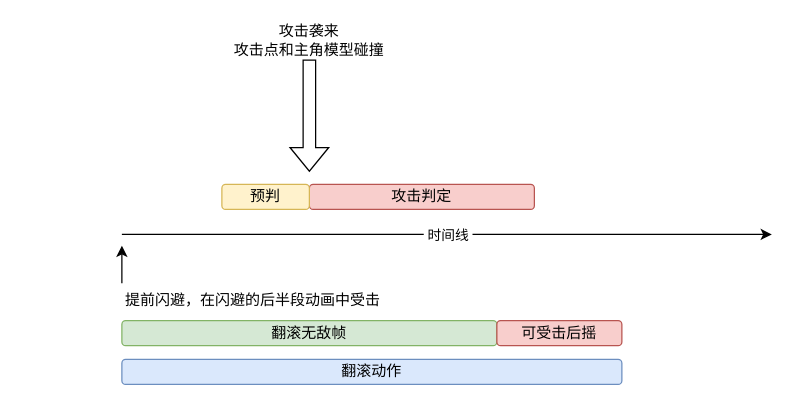
Before: 攻击时间线4过早闪避.drawio in pearhield/test, a draw.io diagram. Source tidied: cells renumbered, new cells numbered last; positions are measured from the earlier drawing's top-left corner, leaving out a move shared by most shapes. Both pictures are drawn from the tidied source at 125%, with x=0, y=0 at pixel (71, 21).
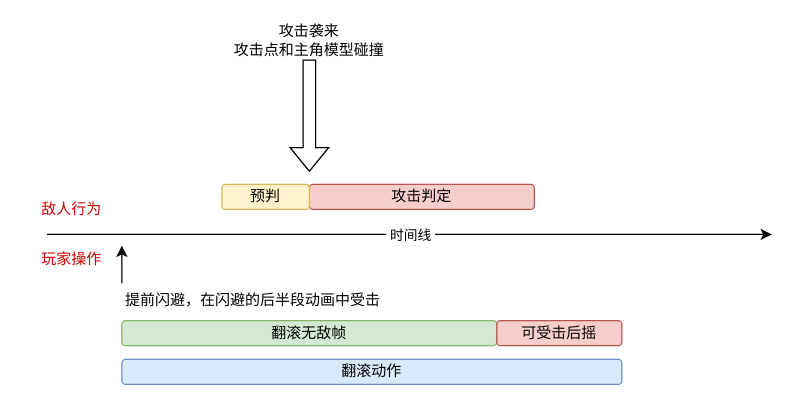
After the change.

Commit message:
更新攻击时间线4过早闪避.drawio

The edit, as a diff of the source:
```diff
@@
 <mxGraphModel>
   <root>
     <mxCell id="0" />
     <mxCell id="1" parent="0" />
     <mxCell id="2" style="endArrow=classic;html=1;rounded=0;" parent="1" edge="1">
       <mxGeometry relative="1" as="geometry">
-        <mxPoint x="40" y="170" as="sourcePoint" />
+        <mxPoint x="-20" y="170" as="sourcePoint" />
         <mxPoint x="560" y="170" as="targetPoint" />
       </mxGeometry>
     </mxCell>
     <mxCell id="3" value="&amp;nbsp;时间线&amp;nbsp;" style="edgeLabel;html=1;align=center;verticalAlign=middle;" parent="2" vertex="1">
       <mxGeometry relative="1" as="geometry" />
     </mxCell>
     <mxCell id="4" value="攻击判定" style="rounded=1;whiteSpace=wrap;html=1;fillColor=#f8cecc;strokeColor=#b85450;" parent="1" vertex="1">
       <mxGeometry x="190" y="130" width="180" height="20" as="geometry" />
     </mxCell>
     <mxCell id="5" value="预判" style="rounded=1;whiteSpace=wrap;html=1;fillColor=#fff2cc;strokeColor=#d6b656;" parent="1" vertex="1">
       <mxGeometry x="120" y="130" width="70" height="20" as="geometry" />
     </mxCell>
     <mxCell id="6" style="shape=flexArrow;endArrow=classic;html=1;rounded=0;" parent="1" edge="1">
       <mxGeometry relative="1" as="geometry">
         <mxPoint x="190" y="30" as="sourcePoint" />
         <mxPoint x="190" y="120" as="targetPoint" />
       </mxGeometry>
     </mxCell>
     <mxCell id="7" value="攻击袭来&lt;br&gt;攻击点和主角模型碰撞" style="text;html=1;strokeColor=none;fillColor=none;align=center;verticalAlign=middle;whiteSpace=wrap;rounded=0;" parent="1" vertex="1">
       <mxGeometry x="120" width="140" height="30" as="geometry" />
     </mxCell>
     <mxCell id="8" style="endArrow=classic;html=1;rounded=0;" parent="1" edge="1">
       <mxGeometry relative="1" as="geometry">
         <mxPoint x="40" y="209" as="sourcePoint" />
         <mxPoint x="40" y="179" as="targetPoint" />
       </mxGeometry>
     </mxCell>
     <mxCell id="9" value="提前闪避，在闪避的后半段动画中受击" style="text;html=1;strokeColor=none;fillColor=none;align=center;verticalAlign=middle;whiteSpace=wrap;rounded=0;" parent="1" vertex="1">
       <mxGeometry y="208" width="290" height="30" as="geometry" />
     </mxCell>
     <mxCell id="10" value="翻滚无敌帧" style="rounded=1;whiteSpace=wrap;html=1;fillColor=#d5e8d4;strokeColor=#82b366;" parent="1" vertex="1">
       <mxGeometry x="40" y="239" width="300" height="20" as="geometry" />
     </mxCell>
     <mxCell id="11" value="翻滚动作" style="rounded=1;whiteSpace=wrap;html=1;fillColor=#dae8fc;strokeColor=#6c8ebf;" parent="1" vertex="1">
       <mxGeometry x="40" y="270" width="400" height="20" as="geometry" />
     </mxCell>
     <mxCell id="12" value="可受击后摇" style="rounded=1;whiteSpace=wrap;html=1;fillColor=#f8cecc;strokeColor=#b85450;" parent="1" vertex="1">
       <mxGeometry x="340" y="239" width="100" height="20" as="geometry" />
     </mxCell>
+    <mxCell id="13" value="敌人行为" style="text;html=1;strokeColor=none;fillColor=none;align=center;verticalAlign=middle;whiteSpace=wrap;rounded=0;fontColor=#CC0000;" parent="1" vertex="1">
+      <mxGeometry x="-40" y="140" width="80" height="20" as="geometry" />
+    </mxCell>
+    <mxCell id="14" value="玩家操作" style="text;html=1;strokeColor=none;fillColor=none;align=center;verticalAlign=middle;whiteSpace=wrap;rounded=0;fontColor=#CC0000;" parent="1" vertex="1">
+      <mxGeometry x="-40" y="180" width="80" height="20" as="geometry" />
+    </mxCell>
   </root>
 </mxGraphModel>
```
